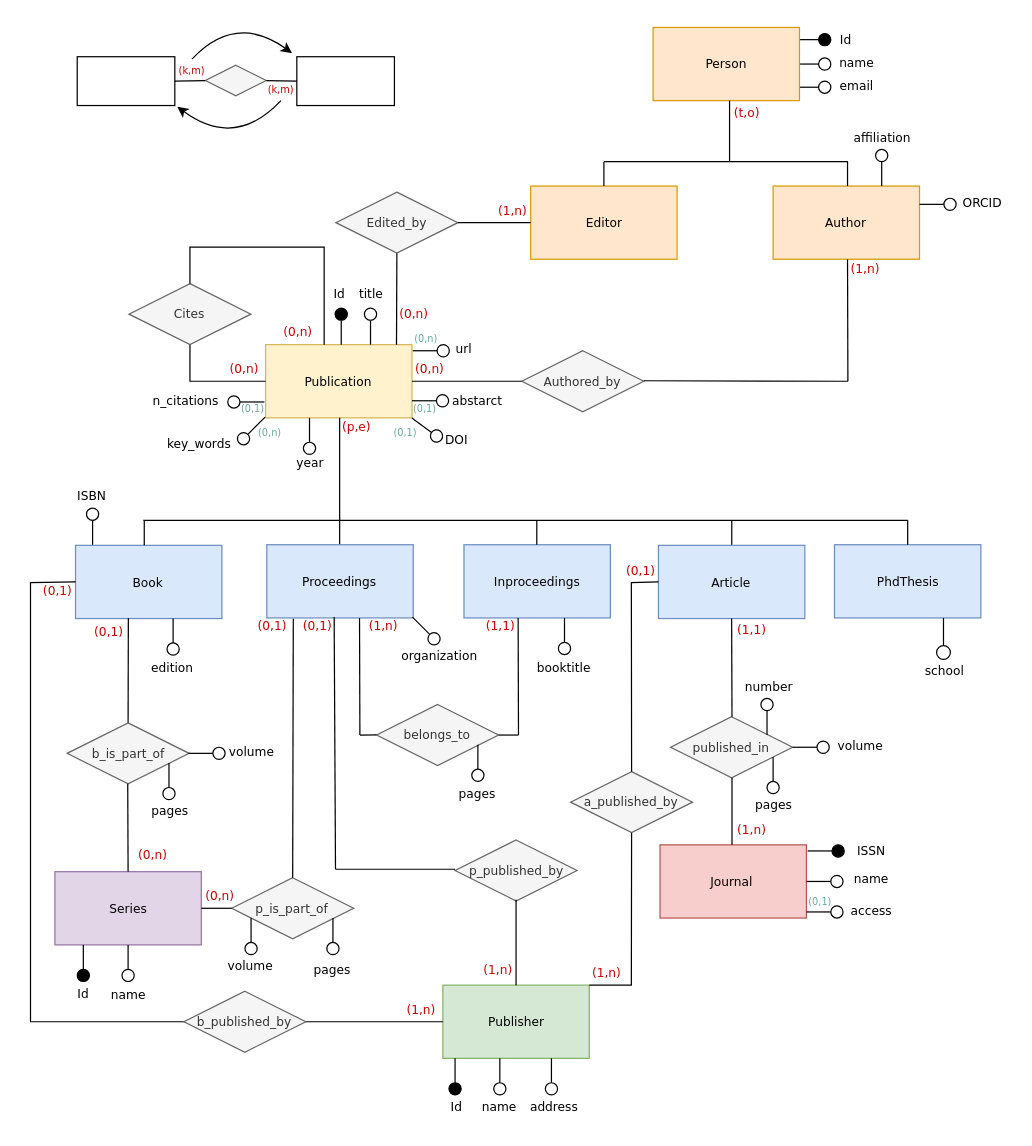
This is Deliverables/er_diagram.drawio from leonardopesce/Big-Data-Project-2022-Inghilleri-Merlo-Negro-Pertino-Pesce, a draw.io file, before an edit. Source tidied: cells renumbered, new cells numbered last; positions are measured from the earlier drawing's top-left corner, leaving out a move shared by most shapes. Both pictures are drawn from the tidied source at 122%, with x=0, y=0 at pixel (21, 12).
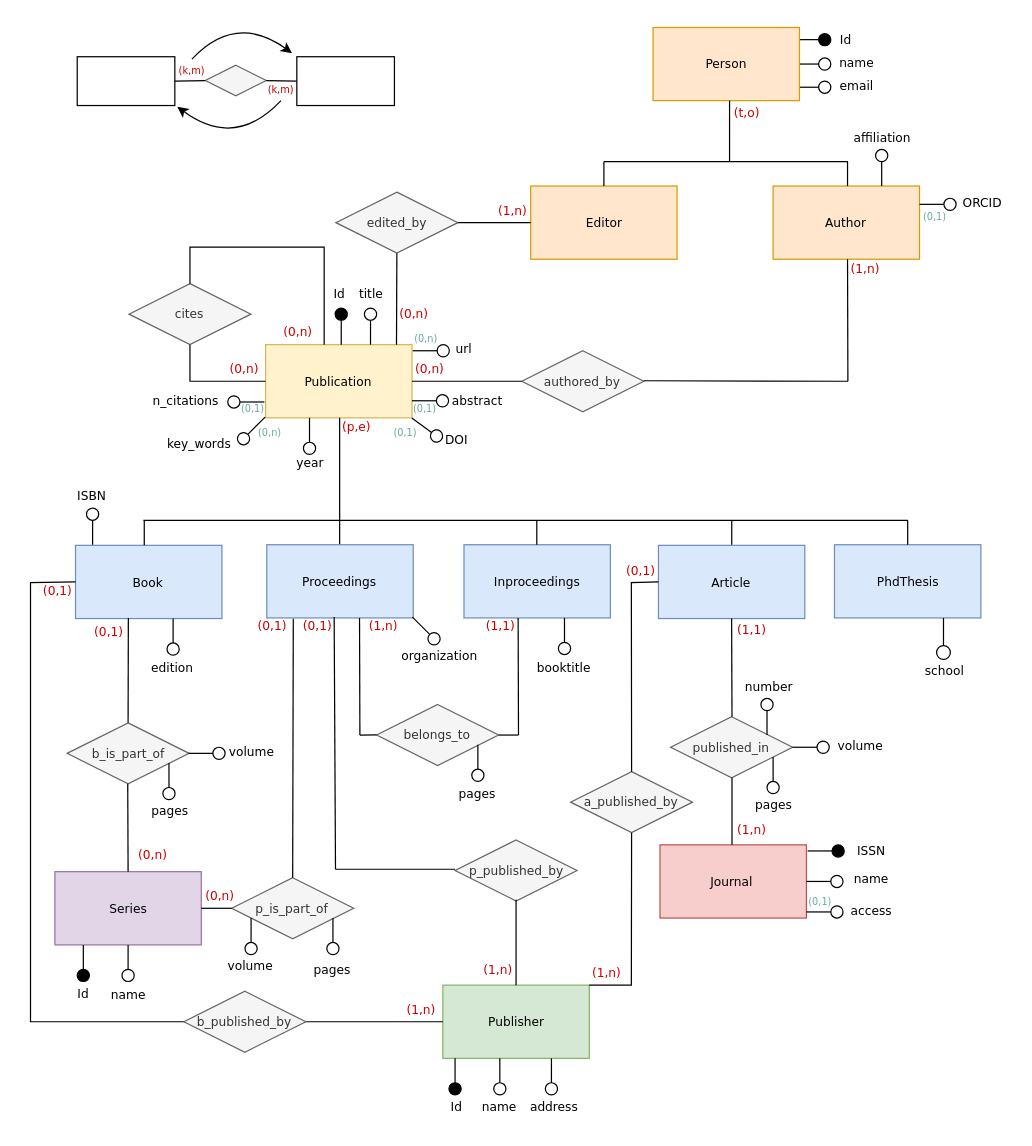
The same diagram, later.

Commit message (it also covers changes not shown here):
Added er mongo_db diagrams

What changed in the source:
```diff
@@
-    <mxCell id="2" value="&lt;font face=&quot;Verdana&quot; style=&quot;font-size: 10px;&quot;&gt;Cites&lt;/font&gt;" style="rhombus;whiteSpace=wrap;html=1;fontSize=10;fillColor=#f5f5f5;fontColor=#333333;strokeColor=#666666;" parent="1" vertex="1">
+    <mxCell id="2" value="&lt;font face=&quot;Verdana&quot; style=&quot;font-size: 10px;&quot;&gt;cites&lt;/font&gt;" style="rhombus;whiteSpace=wrap;html=1;fontSize=10;fillColor=#f5f5f5;fontColor=#333333;strokeColor=#666666;" parent="1" vertex="1">
       <mxGeometry x="88.2" y="222" width="100" height="50" as="geometry" />
     </mxCell>
@@
-    <mxCell id="20" value="&lt;font face=&quot;Verdana&quot; style=&quot;font-size: 10px;&quot;&gt;Authored_by&lt;br&gt;&lt;/font&gt;" style="rhombus;whiteSpace=wrap;html=1;fontSize=10;fillColor=#f5f5f5;fontColor=#333333;strokeColor=#666666;" parent="1" vertex="1">
+    <mxCell id="20" value="&lt;font face=&quot;Verdana&quot; style=&quot;font-size: 10px;&quot;&gt;authored_by&lt;br&gt;&lt;/font&gt;" style="rhombus;whiteSpace=wrap;html=1;fontSize=10;fillColor=#f5f5f5;fontColor=#333333;strokeColor=#666666;" parent="1" vertex="1">
       <mxGeometry x="410.2" y="277" width="100" height="50" as="geometry" />
     </mxCell>
@@
-    <mxCell id="27" value="abstarct" style="text;html=1;strokeColor=none;fillColor=none;align=center;verticalAlign=middle;whiteSpace=wrap;rounded=0;fontFamily=Verdana;fontSize=10;" parent="1" vertex="1">
+    <mxCell id="27" value="abstract" style="text;html=1;strokeColor=none;fillColor=none;align=center;verticalAlign=middle;whiteSpace=wrap;rounded=0;fontFamily=Verdana;fontSize=10;" parent="1" vertex="1">
       <mxGeometry x="344.2" y="303" width="60" height="30" as="geometry" />
     </mxCell>
@@
-    <mxCell id="82" value="&lt;font face=&quot;Verdana&quot; style=&quot;font-size: 10px;&quot;&gt;Edited_by&lt;br&gt;&lt;/font&gt;" style="rhombus;whiteSpace=wrap;html=1;fontSize=10;fillColor=#f5f5f5;fontColor=#333333;strokeColor=#666666;" parent="1" vertex="1">
+    <mxCell id="82" value="&lt;font face=&quot;Verdana&quot; style=&quot;font-size: 10px;&quot;&gt;edited_by&lt;br&gt;&lt;/font&gt;" style="rhombus;whiteSpace=wrap;html=1;fontSize=10;fillColor=#f5f5f5;fontColor=#333333;strokeColor=#666666;" parent="1" vertex="1">
       <mxGeometry x="257.8" y="147" width="100" height="50" as="geometry" />
     </mxCell>
@@
+    <mxCell id="162" value="(0,1)" style="text;html=1;strokeColor=none;fillColor=none;align=center;verticalAlign=middle;whiteSpace=wrap;rounded=0;fontFamily=Verdana;fontSize=8;fontColor=#67AB9F;" parent="1" vertex="1">
+      <mxGeometry x="733.8" y="157" width="30" height="20" as="geometry" />
+    </mxCell>
```
